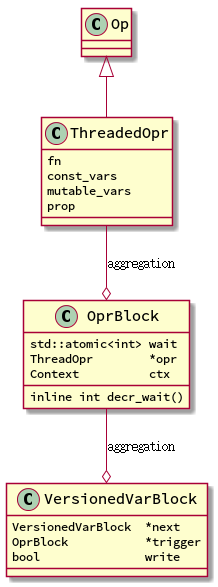
This is articles/static/img/opr-class-uml.png from yuyang0/bak.yuyang0.github.io, a PlantUML export, as it was before one commit. Source of this version:
```plantuml
@startuml
skinparam classFontName Source Code Pro
skinparam classFontSize 15
skinparam classAttributeFontName Source Code Pro
skinparam classAttributeFontSize 12

Op <|-- ThreadedOpr
ThreadedOpr --o OprBlock          : aggregation
OprBlock  --o VersionedVarBlock   : aggregation

ThreadedOpr : fn
ThreadedOpr : const_vars
ThreadedOpr : mutable_vars
ThreadedOpr : prop

OprBlock : std::atomic<int> wait
OprBlock : ThreadOpr        *opr
OprBlock : Context          ctx

OprBlock : inline int decr_wait()

VersionedVarBlock : VersionedVarBlock  *next
VersionedVarBlock : OprBlock           *trigger
VersionedVarBlock : bool               write
@enduml
```
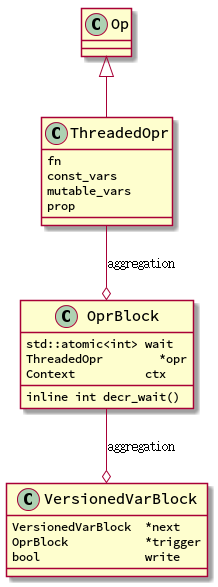
Later version of the same file.

The edit, as a diff of the source:
```diff
@@ -14,7 +14,7 @@
 ThreadedOpr : prop
 
 OprBlock : std::atomic<int> wait
-OprBlock : ThreadOpr        *opr
+OprBlock : ThreadedOpr        *opr
 OprBlock : Context          ctx
 
 OprBlock : inline int decr_wait()
```
